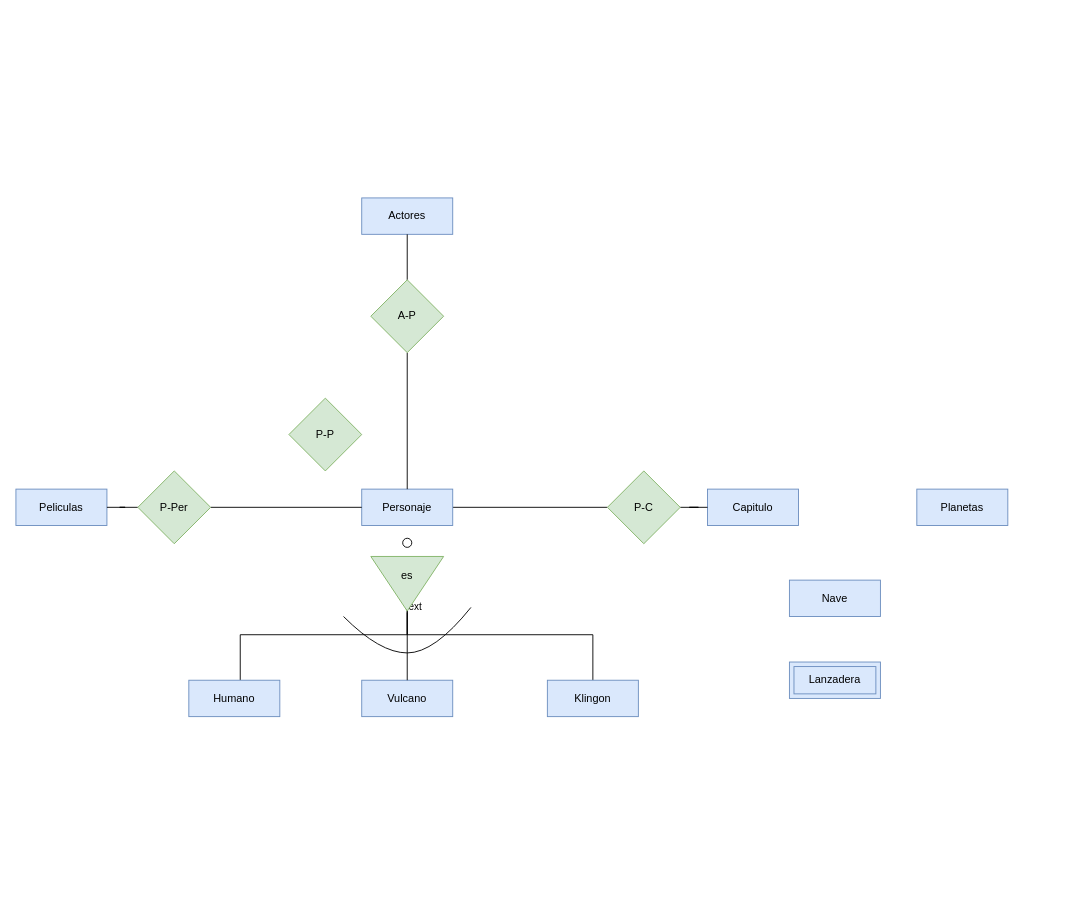
This is Unidad_1/Tareas/Tareas_entregables/Tarea_3/Star-Trek.drawio from OxideVanadium/base_de_datos, a draw.io file, before an edit. Source tidied: cells renumbered, new cells numbered last; positions are measured from the earlier drawing's top-left corner, leaving out a move shared by most shapes. Both pictures are drawn from the tidied source at 91%, with x=0, y=0 at pixel (15, 197).
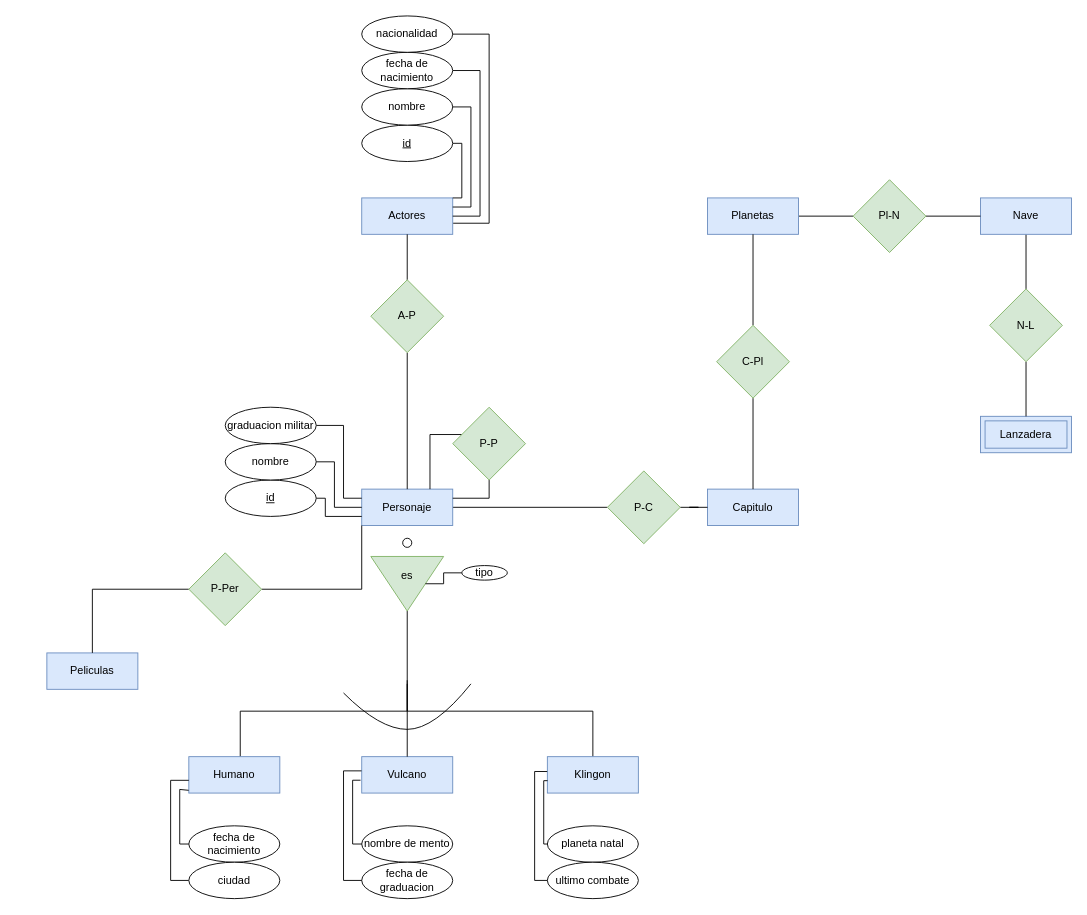
The same page after the edit.

The change refers to these unchanged cells:
```xml
<mxCell id="2" value="Actores" style="whiteSpace=wrap;html=1;align=center;fillColor=#dae8fc;strokeColor=#6c8ebf;" parent="1" vertex="1">
  <mxGeometry x="380" width="100" height="40" as="geometry" />
</mxCell>
<mxCell id="4" value="Personaje" style="whiteSpace=wrap;html=1;align=center;fillColor=#dae8fc;strokeColor=#6c8ebf;" parent="1" vertex="1">
  <mxGeometry x="380" y="320" width="100" height="40" as="geometry" />
</mxCell>
<mxCell id="11" value="Capitulo" style="whiteSpace=wrap;html=1;align=center;fillColor=#dae8fc;strokeColor=#6c8ebf;" parent="1" vertex="1">
  <mxGeometry x="760" y="320" width="100" height="40" as="geometry" />
</mxCell>
<mxCell id="19" style="triangle;whiteSpace=wrap;html=1;rotation=90;fillColor=#d5e8d4;strokeColor=#82b366;" parent="1" vertex="1">
  <mxGeometry x="400" y="384" width="60" height="80" as="geometry" />
</mxCell>
```

The edit, as a diff of the source:
```diff
@@
-    <mxCell id="5" style="edgeStyle=orthogonalEdgeStyle;rounded=0;orthogonalLoop=1;jettySize=auto;html=1;entryX=0.908;entryY=0.519;entryDx=0;entryDy=0;entryPerimeter=0;endArrow=none;endFill=0;" parent="1" edge="1">
+    <mxCell id="5" style="edgeStyle=orthogonalEdgeStyle;rounded=0;orthogonalLoop=1;jettySize=auto;html=1;endArrow=none;endFill=0;" parent="1" edge="1">
       <mxGeometry relative="1" as="geometry">
-        <mxPoint x="246.5" y="530" as="sourcePoint" />
-        <mxPoint x="435" y="448.5" as="targetPoint" />
+        <mxPoint x="246.5" y="614" as="sourcePoint" />
+        <mxPoint x="430" y="530" as="targetPoint" />
         <Array as="points">
-          <mxPoint x="246" y="480" />
-          <mxPoint x="430" y="480" />
-          <mxPoint x="430" y="449" />
+          <mxPoint x="246" y="564" />
+          <mxPoint x="430" y="564" />
+          <mxPoint x="430" y="533" />
         </Array>
       </mxGeometry>
     </mxCell>
-    <mxCell id="6" value="Text" style="edgeLabel;html=1;align=center;verticalAlign=middle;" parent="5" vertex="1">
-      <mxGeometry x="1" relative="1" as="geometry" />
-    </mxCell>
     <mxCell id="7" value="&lt;div&gt;Humano&lt;/div&gt;" style="whiteSpace=wrap;html=1;align=center;fillColor=#dae8fc;strokeColor=#6c8ebf;" parent="1" vertex="1">
-      <mxGeometry x="190" y="530" width="100" height="40" as="geometry" />
+      <mxGeometry x="190" y="614" width="100" height="40" as="geometry" />
     </mxCell>
     <mxCell id="8" value="&lt;div&gt;Vulcano&lt;/div&gt;" style="whiteSpace=wrap;html=1;align=center;fillColor=#dae8fc;strokeColor=#6c8ebf;" parent="1" vertex="1">
-      <mxGeometry x="380" y="530" width="100" height="40" as="geometry" />
+      <mxGeometry x="380" y="614" width="100" height="40" as="geometry" />
     </mxCell>
     <mxCell id="9" style="edgeStyle=orthogonalEdgeStyle;rounded=0;jettySize=auto;html=1;endArrow=none;endFill=0;" parent="1" edge="1" source="10">
       <mxGeometry relative="1" as="geometry">
-        <mxPoint x="430" y="450" as="targetPoint" />
+        <mxPoint x="430" y="534" as="targetPoint" />
         <Array as="points">
-          <mxPoint x="634" y="480" />
-          <mxPoint x="430" y="480" />
+          <mxPoint x="634" y="564" />
+          <mxPoint x="430" y="564" />
         </Array>
       </mxGeometry>
     </mxCell>
     <mxCell id="10" value="Klingon" style="whiteSpace=wrap;html=1;align=center;fillColor=#dae8fc;strokeColor=#6c8ebf;" parent="1" vertex="1">
-      <mxGeometry x="584" y="530" width="100" height="40" as="geometry" />
+      <mxGeometry x="584" y="614" width="100" height="40" as="geometry" />
     </mxCell>
@@
     <mxCell id="12" value="Peliculas" style="whiteSpace=wrap;html=1;align=center;fillColor=#dae8fc;strokeColor=#6c8ebf;" parent="1" vertex="1">
-      <mxGeometry y="320" width="100" height="40" as="geometry" />
+      <mxGeometry x="34" y="500" width="100" height="40" as="geometry" />
     </mxCell>
+    <mxCell id="30" style="edgeStyle=orthogonalEdgeStyle;rounded=0;jettySize=auto;html=1;endArrow=none;endFill=0;" parent="1" edge="1" source="13" target="38">
+      <mxGeometry relative="1" as="geometry" />
+    </mxCell>
     <mxCell id="13" value="Planetas" style="whiteSpace=wrap;html=1;align=center;fillColor=#dae8fc;strokeColor=#6c8ebf;" parent="1" vertex="1">
-      <mxGeometry x="990" y="320" width="100" height="40" as="geometry" />
+      <mxGeometry x="760" width="100" height="40" as="geometry" />
     </mxCell>
+    <mxCell id="31" style="edgeStyle=orthogonalEdgeStyle;rounded=0;jettySize=auto;html=1;endArrow=none;endFill=0;" parent="1" edge="1" source="14" target="40">
+      <mxGeometry relative="1" as="geometry" />
+    </mxCell>
     <mxCell id="14" value="Nave" style="whiteSpace=wrap;html=1;align=center;fillColor=#dae8fc;strokeColor=#6c8ebf;" parent="1" vertex="1">
-      <mxGeometry x="850" y="420" width="100" height="40" as="geometry" />
+      <mxGeometry x="1060" width="100" height="40" as="geometry" />
     </mxCell>
     <mxCell id="15" value="Lanzadera" style="shape=ext;margin=3;double=1;whiteSpace=wrap;html=1;align=center;fillColor=#dae8fc;strokeColor=#6c8ebf;" parent="1" vertex="1">
-      <mxGeometry x="850" y="510" width="100" height="40" as="geometry" />
+      <mxGeometry x="1060" y="240" width="100" height="40" as="geometry" />
     </mxCell>
@@
     <mxCell id="23" style="curved=1;endArrow=none;html=1;rounded=0;endFill=0;" parent="1" edge="1">
       <mxGeometry relative="1" as="geometry">
-        <mxPoint x="360" y="460" as="sourcePoint" />
-        <mxPoint x="500" y="450" as="targetPoint" />
+        <mxPoint x="360" y="544" as="sourcePoint" />
+        <mxPoint x="500" y="534" as="targetPoint" />
         <Array as="points">
-          <mxPoint x="400" y="500" />
-          <mxPoint x="460" y="500" />
+          <mxPoint x="400" y="584" />
+          <mxPoint x="460" y="584" />
         </Array>
       </mxGeometry>
     </mxCell>
@@
-    <mxCell id="27" style="edgeStyle=orthogonalEdgeStyle;rounded=0;jettySize=auto;html=1;entryX=0;entryY=0.5;entryDx=0;entryDy=0;endArrow=none;endFill=0;" parent="1" edge="1" source="28" target="4">
+    <mxCell id="27" style="edgeStyle=orthogonalEdgeStyle;rounded=0;jettySize=auto;html=1;entryX=0;entryY=1;entryDx=0;entryDy=0;endArrow=none;endFill=0;" parent="1" edge="1" source="28" target="4">
       <mxGeometry relative="1" as="geometry" />
     </mxCell>
     <mxCell id="28" value="P-Per" style="rhombus;whiteSpace=wrap;html=1;fillColor=#d5e8d4;strokeColor=#82b366;" parent="1" vertex="1">
-      <mxGeometry x="134" y="300" width="80" height="80" as="geometry" />
+      <mxGeometry x="190" y="390" width="80" height="80" as="geometry" />
     </mxCell>
+    <mxCell id="32" style="edgeStyle=orthogonalEdgeStyle;rounded=0;jettySize=auto;html=1;entryX=0.75;entryY=0;entryDx=0;entryDy=0;endArrow=none;endFill=0;" parent="1" edge="1" source="29" target="4">
+      <mxGeometry relative="1" as="geometry">
+        <Array as="points">
+          <mxPoint x="455" y="260" />
+        </Array>
+      </mxGeometry>
+    </mxCell>
+    <mxCell id="33" style="edgeStyle=orthogonalEdgeStyle;rounded=0;jettySize=auto;html=1;endArrow=none;endFill=0;entryX=1;entryY=0.25;entryDx=0;entryDy=0;" parent="1" edge="1" source="29" target="4">
+      <mxGeometry relative="1" as="geometry">
+        <Array as="points">
+          <mxPoint x="520" y="330" />
+        </Array>
+      </mxGeometry>
+    </mxCell>
     <mxCell id="29" value="P-P" style="rhombus;whiteSpace=wrap;html=1;fillColor=#d5e8d4;strokeColor=#82b366;" parent="1" vertex="1">
-      <mxGeometry x="300" y="220" width="80" height="80" as="geometry" />
+      <mxGeometry x="480" y="230" width="80" height="80" as="geometry" />
     </mxCell>
+    <mxCell id="34" style="edgeStyle=orthogonalEdgeStyle;rounded=0;jettySize=auto;html=1;entryX=0.5;entryY=0;entryDx=0;entryDy=0;endArrow=none;endFill=0;" parent="1" edge="1" source="36" target="11">
+      <mxGeometry relative="1" as="geometry" />
+    </mxCell>
+    <mxCell id="35" style="edgeStyle=orthogonalEdgeStyle;rounded=0;jettySize=auto;html=1;endArrow=none;endFill=0;" parent="1" edge="1" source="36" target="13">
+      <mxGeometry relative="1" as="geometry" />
+    </mxCell>
+    <mxCell id="36" value="C-Pl" style="rhombus;whiteSpace=wrap;html=1;fillColor=#d5e8d4;strokeColor=#82b366;" parent="1" vertex="1">
+      <mxGeometry x="770" y="140" width="80" height="80" as="geometry" />
+    </mxCell>
+    <mxCell id="37" style="edgeStyle=orthogonalEdgeStyle;rounded=0;jettySize=auto;html=1;endArrow=none;endFill=0;" parent="1" edge="1" source="38" target="14">
+      <mxGeometry relative="1" as="geometry" />
+    </mxCell>
+    <mxCell id="38" value="Pl-N" style="rhombus;whiteSpace=wrap;html=1;fillColor=#d5e8d4;strokeColor=#82b366;" parent="1" vertex="1">
+      <mxGeometry x="920" y="-20" width="80" height="80" as="geometry" />
+    </mxCell>
+    <mxCell id="39" style="edgeStyle=orthogonalEdgeStyle;rounded=0;jettySize=auto;html=1;entryX=0.5;entryY=0;entryDx=0;entryDy=0;endArrow=none;endFill=0;" parent="1" edge="1" source="40" target="15">
+      <mxGeometry relative="1" as="geometry" />
+    </mxCell>
+    <mxCell id="40" value="N-L" style="rhombus;whiteSpace=wrap;html=1;fillColor=#d5e8d4;strokeColor=#82b366;" parent="1" vertex="1">
+      <mxGeometry x="1070" y="100" width="80" height="80" as="geometry" />
+    </mxCell>
+    <mxCell id="41" style="edgeStyle=orthogonalEdgeStyle;rounded=0;jettySize=auto;html=1;endArrow=none;endFill=0;" parent="1" edge="1" source="42">
+      <mxGeometry relative="1" as="geometry">
+        <mxPoint x="480" as="targetPoint" />
+        <Array as="points">
+          <mxPoint x="490" y="-60" />
+          <mxPoint x="490" />
+          <mxPoint x="480" />
+        </Array>
+      </mxGeometry>
+    </mxCell>
+    <mxCell id="42" value="id" style="ellipse;whiteSpace=wrap;html=1;align=center;fontStyle=4;" parent="1" vertex="1">
+      <mxGeometry x="380" y="-80" width="100" height="40" as="geometry" />
+    </mxCell>
+    <mxCell id="43" style="edgeStyle=orthogonalEdgeStyle;rounded=0;jettySize=auto;html=1;entryX=1;entryY=0.25;entryDx=0;entryDy=0;endArrow=none;endFill=0;" parent="1" edge="1" source="44" target="2">
+      <mxGeometry relative="1" as="geometry">
+        <Array as="points">
+          <mxPoint x="500" y="-100" />
+          <mxPoint x="500" y="10" />
+        </Array>
+      </mxGeometry>
+    </mxCell>
+    <mxCell id="44" value="nombre" style="ellipse;whiteSpace=wrap;html=1;align=center;" parent="1" vertex="1">
+      <mxGeometry x="380" y="-120" width="100" height="40" as="geometry" />
+    </mxCell>
+    <mxCell id="45" style="edgeStyle=orthogonalEdgeStyle;rounded=0;jettySize=auto;html=1;entryX=1;entryY=0.5;entryDx=0;entryDy=0;endArrow=none;endFill=0;" parent="1" edge="1" source="46" target="2">
+      <mxGeometry relative="1" as="geometry">
+        <Array as="points">
+          <mxPoint x="510" y="-140" />
+          <mxPoint x="510" y="20" />
+        </Array>
+      </mxGeometry>
+    </mxCell>
+    <mxCell id="46" value="fecha de nacimiento" style="ellipse;whiteSpace=wrap;html=1;align=center;" parent="1" vertex="1">
+      <mxGeometry x="380" y="-160" width="100" height="40" as="geometry" />
+    </mxCell>
+    <mxCell id="47" value="nacionalidad" style="ellipse;whiteSpace=wrap;html=1;align=center;" parent="1" vertex="1">
+      <mxGeometry x="380" y="-200" width="100" height="40" as="geometry" />
+    </mxCell>
+    <mxCell id="48" style="edgeStyle=orthogonalEdgeStyle;rounded=0;jettySize=auto;html=1;entryX=1.005;entryY=0.695;entryDx=0;entryDy=0;entryPerimeter=0;endArrow=none;endFill=0;" parent="1" edge="1" source="47" target="2">
+      <mxGeometry relative="1" as="geometry">
+        <Array as="points">
+          <mxPoint x="520" y="-180" />
+          <mxPoint x="520" y="28" />
+        </Array>
+      </mxGeometry>
+    </mxCell>
+    <mxCell id="49" style="edgeStyle=orthogonalEdgeStyle;rounded=0;jettySize=auto;html=1;entryX=0;entryY=0.75;entryDx=0;entryDy=0;endArrow=none;endFill=0;" parent="1" edge="1" source="50" target="4">
+      <mxGeometry relative="1" as="geometry">
+        <Array as="points">
+          <mxPoint x="340" y="330" />
+          <mxPoint x="340" y="350" />
+        </Array>
+      </mxGeometry>
+    </mxCell>
+    <mxCell id="50" value="id" style="ellipse;whiteSpace=wrap;html=1;align=center;fontStyle=4;" parent="1" vertex="1">
+      <mxGeometry x="230" y="310" width="100" height="40" as="geometry" />
+    </mxCell>
+    <mxCell id="51" style="edgeStyle=orthogonalEdgeStyle;rounded=0;jettySize=auto;html=1;endArrow=none;endFill=0;" parent="1" edge="1" source="52" target="19">
+      <mxGeometry relative="1" as="geometry" />
+    </mxCell>
+    <mxCell id="52" value="tipo" style="ellipse;whiteSpace=wrap;html=1;align=center;" parent="1" vertex="1">
+      <mxGeometry x="490" y="404" width="50" height="16" as="geometry" />
+    </mxCell>
+    <mxCell id="53" style="edgeStyle=orthogonalEdgeStyle;rounded=0;jettySize=auto;html=1;entryX=0;entryY=0.5;entryDx=0;entryDy=0;endArrow=none;endFill=0;" parent="1" edge="1" source="54" target="4">
+      <mxGeometry relative="1" as="geometry">
+        <Array as="points">
+          <mxPoint x="350" y="290" />
+          <mxPoint x="350" y="340" />
+        </Array>
+      </mxGeometry>
+    </mxCell>
+    <mxCell id="54" value="nombre" style="ellipse;whiteSpace=wrap;html=1;align=center;" parent="1" vertex="1">
+      <mxGeometry x="230" y="270" width="100" height="40" as="geometry" />
+    </mxCell>
+    <mxCell id="55" style="edgeStyle=orthogonalEdgeStyle;rounded=0;jettySize=auto;html=1;entryX=0;entryY=0.25;entryDx=0;entryDy=0;endArrow=none;endFill=0;" parent="1" edge="1" source="56" target="4">
+      <mxGeometry relative="1" as="geometry">
+        <Array as="points">
+          <mxPoint x="360" y="250" />
+          <mxPoint x="360" y="330" />
+        </Array>
+      </mxGeometry>
+    </mxCell>
+    <mxCell id="56" value="graduacion militar" style="ellipse;whiteSpace=wrap;html=1;align=center;" parent="1" vertex="1">
+      <mxGeometry x="230" y="230" width="100" height="40" as="geometry" />
+    </mxCell>
+    <mxCell id="57" style="edgeStyle=orthogonalEdgeStyle;rounded=0;jettySize=auto;html=1;entryX=-0.002;entryY=0.924;entryDx=0;entryDy=0;endArrow=none;endFill=0;entryPerimeter=0;" parent="1" edge="1" source="58" target="7">
+      <mxGeometry relative="1" as="geometry">
+        <Array as="points">
+          <mxPoint x="180" y="710" />
+          <mxPoint x="180" y="650" />
+          <mxPoint x="190" y="650" />
+        </Array>
+      </mxGeometry>
+    </mxCell>
+    <mxCell id="58" value="fecha de nacimiento" style="ellipse;whiteSpace=wrap;html=1;align=center;" parent="1" vertex="1">
+      <mxGeometry x="190" y="690" width="100" height="40" as="geometry" />
+    </mxCell>
+    <mxCell id="59" style="edgeStyle=orthogonalEdgeStyle;rounded=0;jettySize=auto;html=1;endArrow=none;endFill=0;" parent="1" edge="1" source="60">
+      <mxGeometry relative="1" as="geometry">
+        <mxPoint x="190" y="640" as="targetPoint" />
+        <Array as="points">
+          <mxPoint x="170" y="750" />
+          <mxPoint x="170" y="640" />
+          <mxPoint x="190" y="640" />
+        </Array>
+      </mxGeometry>
+    </mxCell>
+    <mxCell id="60" value="ciudad" style="ellipse;whiteSpace=wrap;html=1;align=center;" parent="1" vertex="1">
+      <mxGeometry x="190" y="730" width="100" height="40" as="geometry" />
+    </mxCell>
+    <mxCell id="61" value="nombre de mento" style="ellipse;whiteSpace=wrap;html=1;align=center;" parent="1" vertex="1">
+      <mxGeometry x="380" y="690" width="100" height="40" as="geometry" />
+    </mxCell>
+    <mxCell id="62" value="fecha de graduacion" style="ellipse;whiteSpace=wrap;html=1;align=center;" parent="1" vertex="1">
+      <mxGeometry x="380" y="730" width="100" height="40" as="geometry" />
+    </mxCell>
+    <mxCell id="63" value="planeta natal" style="ellipse;whiteSpace=wrap;html=1;align=center;" parent="1" vertex="1">
+      <mxGeometry x="584" y="690" width="100" height="40" as="geometry" />
+    </mxCell>
+    <mxCell id="64" value="ultimo combate" style="ellipse;whiteSpace=wrap;html=1;align=center;" parent="1" vertex="1">
+      <mxGeometry x="584" y="730" width="100" height="40" as="geometry" />
+    </mxCell>
+    <mxCell id="65" style="edgeStyle=orthogonalEdgeStyle;rounded=0;jettySize=auto;html=1;entryX=-0.013;entryY=0.647;entryDx=0;entryDy=0;entryPerimeter=0;endArrow=none;endFill=0;" parent="1" edge="1" source="61" target="8">
+      <mxGeometry relative="1" as="geometry">
+        <Array as="points">
+          <mxPoint x="370" y="710" />
+          <mxPoint x="370" y="640" />
+        </Array>
+      </mxGeometry>
+    </mxCell>
+    <mxCell id="66" style="edgeStyle=orthogonalEdgeStyle;rounded=0;jettySize=auto;html=1;entryX=-0.002;entryY=0.39;entryDx=0;entryDy=0;entryPerimeter=0;endArrow=none;endFill=0;" parent="1" edge="1" source="62" target="8">
+      <mxGeometry relative="1" as="geometry">
+        <Array as="points">
+          <mxPoint x="360" y="750" />
+          <mxPoint x="360" y="630" />
+        </Array>
+      </mxGeometry>
+    </mxCell>
+    <mxCell id="67" style="edgeStyle=orthogonalEdgeStyle;rounded=0;jettySize=auto;html=1;entryX=0.002;entryY=0.659;entryDx=0;entryDy=0;entryPerimeter=0;endArrow=none;endFill=0;" parent="1" edge="1" source="63" target="10">
+      <mxGeometry relative="1" as="geometry">
+        <Array as="points">
+          <mxPoint x="580" y="710" />
+          <mxPoint x="580" y="640" />
+        </Array>
+      </mxGeometry>
+    </mxCell>
+    <mxCell id="68" style="edgeStyle=orthogonalEdgeStyle;rounded=0;jettySize=auto;html=1;entryX=-0.002;entryY=0.408;entryDx=0;entryDy=0;entryPerimeter=0;endArrow=none;endFill=0;" parent="1" edge="1" source="64" target="10">
+      <mxGeometry relative="1" as="geometry">
+        <Array as="points">
+          <mxPoint x="570" y="750" />
+          <mxPoint x="570" y="630" />
+        </Array>
+      </mxGeometry>
+    </mxCell>
```
